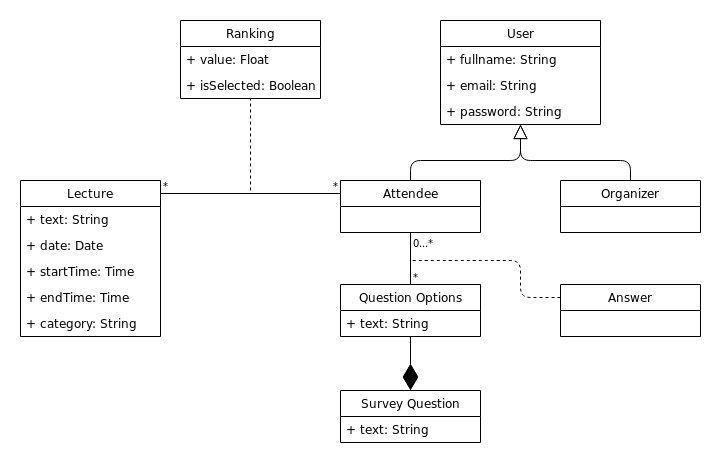
Earlier version of the draw.io export docs/images/class_diagram.png (softeng-feup/open-cx-mib-refugees). Source tidied: cells renumbered, new cells last; positions are measured from the earlier drawing's top-left corner, leaving out a move shared by most shapes. Its diagram source:
```xml
<mxGraphModel>
  <root>
    <mxCell id="0" />
    <mxCell id="1" parent="0" />
    <mxCell id="2" value="Ranking" style="swimlane;fontStyle=0;horizontal=1;startSize=26;fillColor=none;" parent="1" vertex="1">
      <mxGeometry x="160" width="140" height="78" as="geometry" />
    </mxCell>
    <mxCell id="3" value="+ value: Float" style="text;strokeColor=none;fillColor=none;align=left;verticalAlign=top;spacingLeft=4;spacingRight=4;overflow=hidden;" parent="2" vertex="1">
      <mxGeometry y="26" width="140" height="26" as="geometry" />
    </mxCell>
    <mxCell id="4" value="+ isSelected: Boolean" style="text;strokeColor=none;fillColor=none;align=left;verticalAlign=top;spacingLeft=4;spacingRight=4;overflow=hidden;" parent="2" vertex="1">
      <mxGeometry y="52" width="140" height="26" as="geometry" />
    </mxCell>
    <mxCell id="5" value="User" style="swimlane;fontStyle=0;horizontal=1;startSize=26;fillColor=none;" parent="1" vertex="1">
      <mxGeometry x="420" width="160" height="104" as="geometry" />
    </mxCell>
    <mxCell id="6" value="+ fullname: String" style="text;strokeColor=none;fillColor=none;align=left;verticalAlign=top;spacingLeft=4;spacingRight=4;overflow=hidden;" parent="5" vertex="1">
      <mxGeometry y="26" width="160" height="26" as="geometry" />
    </mxCell>
    <mxCell id="7" value="+ email: String" style="text;strokeColor=none;fillColor=none;align=left;verticalAlign=top;spacingLeft=4;spacingRight=4;overflow=hidden;" parent="5" vertex="1">
      <mxGeometry y="52" width="160" height="26" as="geometry" />
    </mxCell>
    <mxCell id="8" value="+ password: String" style="text;strokeColor=none;fillColor=none;align=left;verticalAlign=top;spacingLeft=4;spacingRight=4;overflow=hidden;" parent="5" vertex="1">
      <mxGeometry y="78" width="160" height="26" as="geometry" />
    </mxCell>
    <mxCell id="9" value="Attendee" style="swimlane;fontStyle=0;horizontal=1;startSize=26;fillColor=none;" parent="1" vertex="1">
      <mxGeometry x="320" y="160" width="140" height="52" as="geometry" />
    </mxCell>
    <mxCell id="10" value="Organizer" style="swimlane;fontStyle=0;horizontal=1;startSize=26;fillColor=none;" parent="1" vertex="1">
      <mxGeometry x="540" y="160" width="140" height="52" as="geometry" />
    </mxCell>
    <mxCell id="11" style="edgeStyle=none;html=1;endSize=12;endArrow=block;endFill=0;entryX=0.5;entryY=1;entryDx=0;entryDy=0;exitX=0.5;exitY=0;exitDx=0;exitDy=0;" parent="1" edge="1" source="9" target="5">
      <mxGeometry relative="1" as="geometry">
        <Array as="points">
          <mxPoint x="390" y="140" />
          <mxPoint x="500" y="140" />
        </Array>
      </mxGeometry>
    </mxCell>
    <mxCell id="12" style="edgeStyle=none;html=1;endSize=12;endArrow=block;endFill=0;exitX=0.5;exitY=0;exitDx=0;exitDy=0;entryX=0.5;entryY=1;entryDx=0;entryDy=0;" parent="1" edge="1" source="10" target="5">
      <mxGeometry relative="1" as="geometry">
        <Array as="points">
          <mxPoint x="610" y="140" />
          <mxPoint x="500" y="140" />
        </Array>
      </mxGeometry>
    </mxCell>
    <mxCell id="13" value="Lecture" style="swimlane;fontStyle=0;horizontal=1;startSize=26;fillColor=none;" parent="1" vertex="1">
      <mxGeometry y="160" width="140" height="156" as="geometry" />
    </mxCell>
    <mxCell id="14" value="+ text: String" style="text;strokeColor=none;fillColor=none;align=left;verticalAlign=top;spacingLeft=4;spacingRight=4;overflow=hidden;" parent="13" vertex="1">
      <mxGeometry y="26" width="140" height="26" as="geometry" />
    </mxCell>
    <mxCell id="15" value="+ date: Date" style="text;strokeColor=none;fillColor=none;align=left;verticalAlign=top;spacingLeft=4;spacingRight=4;overflow=hidden;" parent="13" vertex="1">
      <mxGeometry y="52" width="140" height="26" as="geometry" />
    </mxCell>
    <mxCell id="16" value="+ startTime: Time" style="text;strokeColor=none;fillColor=none;align=left;verticalAlign=top;spacingLeft=4;spacingRight=4;overflow=hidden;" parent="13" vertex="1">
      <mxGeometry y="78" width="140" height="26" as="geometry" />
    </mxCell>
    <mxCell id="17" value="+ endTime: Time" style="text;strokeColor=none;fillColor=none;align=left;verticalAlign=top;spacingLeft=4;spacingRight=4;overflow=hidden;" parent="13" vertex="1">
      <mxGeometry y="104" width="140" height="26" as="geometry" />
    </mxCell>
    <mxCell id="18" value="+ category: String" style="text;strokeColor=none;fillColor=none;align=left;verticalAlign=top;spacingLeft=4;spacingRight=4;overflow=hidden;" parent="13" vertex="1">
      <mxGeometry y="130" width="140" height="26" as="geometry" />
    </mxCell>
    <mxCell id="19" style="endArrow=none;dashed=1;html=1;entryX=0.5;entryY=1;entryDx=0;entryDy=0;" parent="1" edge="1" target="2">
      <mxGeometry relative="1" as="geometry">
        <mxPoint x="230" y="170" as="sourcePoint" />
      </mxGeometry>
    </mxCell>
    <mxCell id="20" style="endArrow=none;html=1;edgeStyle=orthogonalEdgeStyle;entryX=0;entryY=0.25;entryDx=0;entryDy=0;" parent="1" edge="1" target="9">
      <mxGeometry relative="1" as="geometry">
        <mxPoint x="140" y="173" as="sourcePoint" />
      </mxGeometry>
    </mxCell>
    <mxCell id="21" value="*" style="html=1;align=left;verticalAlign=bottom;labelBackgroundColor=#ffffff;fontSize=10;" parent="20" vertex="1">
      <mxGeometry x="-1" relative="1" as="geometry" />
    </mxCell>
    <mxCell id="22" value="*" style="html=1;align=right;verticalAlign=bottom;labelBackgroundColor=#ffffff;fontSize=10;" parent="20" vertex="1">
      <mxGeometry x="1" relative="1" as="geometry" />
    </mxCell>
    <mxCell id="23" style="endArrow=none;html=1;edgeStyle=orthogonalEdgeStyle;exitX=0.5;exitY=1;exitDx=0;exitDy=0;entryX=0.5;entryY=0;entryDx=0;entryDy=0;" parent="1" edge="1" source="9" target="26">
      <mxGeometry relative="1" as="geometry" />
    </mxCell>
    <mxCell id="24" value="0...*" style="html=1;align=left;verticalAlign=bottom;labelBackgroundColor=#ffffff;fontSize=10;" parent="23" vertex="1">
      <mxGeometry x="-1" relative="1" as="geometry">
        <mxPoint y="18" as="offset" />
      </mxGeometry>
    </mxCell>
    <mxCell id="25" value="*" style="html=1;align=right;verticalAlign=bottom;labelBackgroundColor=#ffffff;fontSize=10;direction=south;" parent="23" vertex="1">
      <mxGeometry x="1" relative="1" as="geometry">
        <mxPoint x="10" as="offset" />
      </mxGeometry>
    </mxCell>
    <mxCell id="26" value="Question Options" style="swimlane;fontStyle=0;horizontal=1;startSize=26;fillColor=none;" parent="1" vertex="1">
      <mxGeometry x="320" y="264" width="140" height="52" as="geometry" />
    </mxCell>
    <mxCell id="27" value="+ text: String" style="text;strokeColor=none;fillColor=none;align=left;verticalAlign=top;spacingLeft=4;spacingRight=4;overflow=hidden;" parent="26" vertex="1">
      <mxGeometry y="26" width="140" height="26" as="geometry" />
    </mxCell>
    <mxCell id="28" style="endArrow=diamondThin;endFill=1;endSize=24;html=1;exitX=0.5;exitY=1;exitDx=0;exitDy=0;entryX=0.5;entryY=0;entryDx=0;entryDy=0;" parent="1" edge="1" source="26" target="29">
      <mxGeometry relative="1" as="geometry" />
    </mxCell>
    <mxCell id="29" value="Survey Question" style="swimlane;fontStyle=0;horizontal=1;startSize=26;fillColor=none;" parent="1" vertex="1">
      <mxGeometry x="320" y="370" width="140" height="52" as="geometry" />
    </mxCell>
    <mxCell id="30" value="+ text: String" style="text;strokeColor=none;fillColor=none;align=left;verticalAlign=top;spacingLeft=4;spacingRight=4;overflow=hidden;" parent="29" vertex="1">
      <mxGeometry y="26" width="140" height="26" as="geometry" />
    </mxCell>
    <mxCell id="31" value="Answer" style="swimlane;fontStyle=0;horizontal=1;startSize=26;fillColor=none;" parent="1" vertex="1">
      <mxGeometry x="540" y="264" width="140" height="52" as="geometry" />
    </mxCell>
    <mxCell id="32" style="endArrow=none;dashed=1;html=1;exitX=0;exitY=0.25;exitDx=0;exitDy=0;" parent="1" edge="1" source="31">
      <mxGeometry relative="1" as="geometry">
        <mxPoint x="390" y="240" as="targetPoint" />
        <Array as="points">
          <mxPoint x="500" y="277" />
          <mxPoint x="500" y="240" />
        </Array>
      </mxGeometry>
    </mxCell>
  </root>
</mxGraphModel>
```
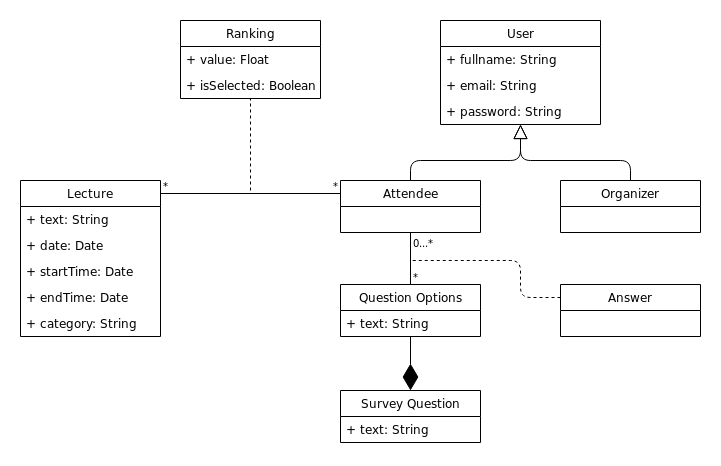
After the change.

Commit message:
rectified class diagram

The edit, as a diff of the source:
```diff
@@ -54,10 +54,10 @@
     <mxCell id="15" value="+ date: Date" style="text;strokeColor=none;fillColor=none;align=left;verticalAlign=top;spacingLeft=4;spacingRight=4;overflow=hidden;" parent="13" vertex="1">
       <mxGeometry y="52" width="140" height="26" as="geometry" />
     </mxCell>
-    <mxCell id="16" value="+ startTime: Time" style="text;strokeColor=none;fillColor=none;align=left;verticalAlign=top;spacingLeft=4;spacingRight=4;overflow=hidden;" parent="13" vertex="1">
+    <mxCell id="16" value="+ startTime: Date" style="text;strokeColor=none;fillColor=none;align=left;verticalAlign=top;spacingLeft=4;spacingRight=4;overflow=hidden;" parent="13" vertex="1">
       <mxGeometry y="78" width="140" height="26" as="geometry" />
     </mxCell>
-    <mxCell id="17" value="+ endTime: Time" style="text;strokeColor=none;fillColor=none;align=left;verticalAlign=top;spacingLeft=4;spacingRight=4;overflow=hidden;" parent="13" vertex="1">
+    <mxCell id="17" value="+ endTime: Date&#10;" style="text;strokeColor=none;fillColor=none;align=left;verticalAlign=top;spacingLeft=4;spacingRight=4;overflow=hidden;" parent="13" vertex="1">
       <mxGeometry y="104" width="140" height="26" as="geometry" />
     </mxCell>
     <mxCell id="18" value="+ category: String" style="text;strokeColor=none;fillColor=none;align=left;verticalAlign=top;spacingLeft=4;spacingRight=4;overflow=hidden;" parent="13" vertex="1">
```
